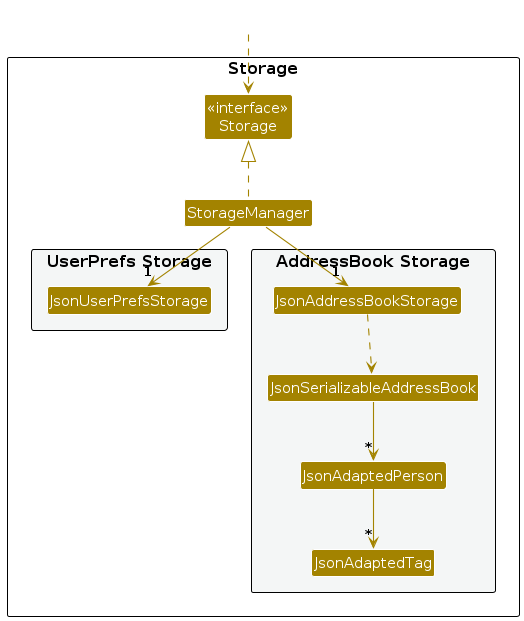
The PlantUML diagram diagrams/StorageClassDiagram.png in AY2627S1-CS2103T-T13-1/tp, before a commit. Its source is kept beside it as diagrams/StorageClassDiagram.puml.
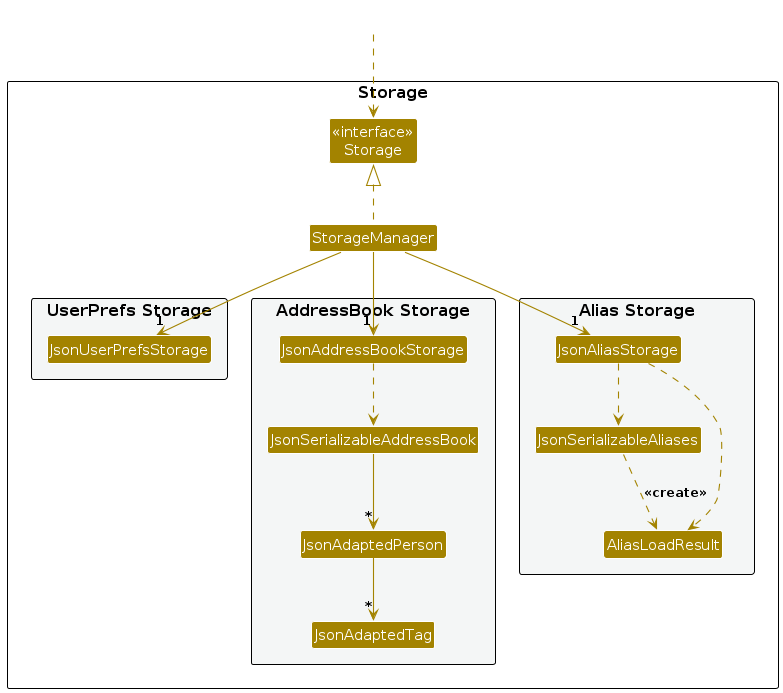
Above is the later version.

Diff of the diagram source:
```diff
@@ -20,6 +20,12 @@
 Class JsonAdaptedTag
 }
 
+package "Alias Storage" #F4F6F6{
+Class JsonAliasStorage
+Class JsonSerializableAliases
+Class AliasLoadResult
+}
+
 }
 
 Class HiddenOutside #FFFFFF
@@ -28,9 +34,14 @@
 StorageManager .up.|> Storage
 StorageManager -down-> "1" JsonUserPrefsStorage
 StorageManager -down-> "1" JsonAddressBookStorage
+StorageManager -down-> "1" JsonAliasStorage
 
 JsonAddressBookStorage ..> JsonSerializableAddressBook
 JsonSerializableAddressBook --> "*" JsonAdaptedPerson
 JsonAdaptedPerson --> "*" JsonAdaptedTag
 
+JsonAliasStorage ..> JsonSerializableAliases
+JsonAliasStorage ..> AliasLoadResult
+JsonSerializableAliases ..> AliasLoadResult : <<create>>
+
 @enduml
```
